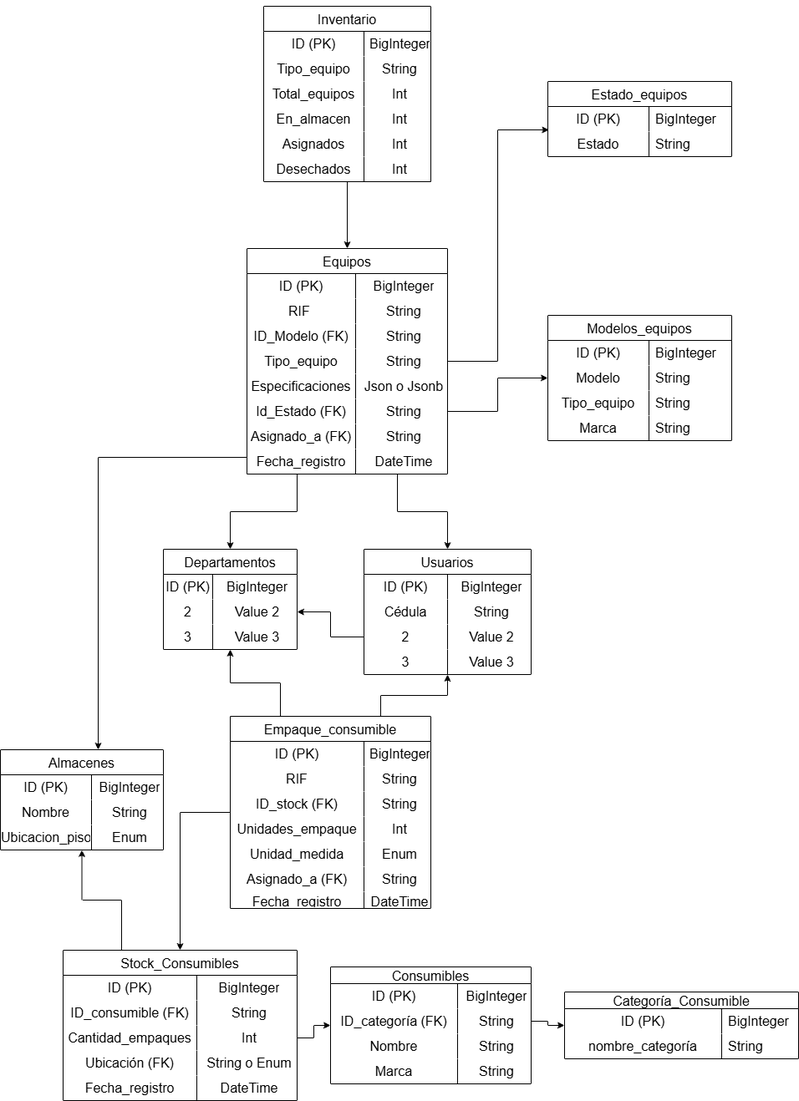
Earlier version of the draw.io export Archivos de txt/Diagrama de Sistema4.png (Yorch-glitch/Mis-cosas). Source tidied: cells renumbered, new cells last; positions are measured from the earlier drawing's top-left corner, leaving out a move shared by most shapes.
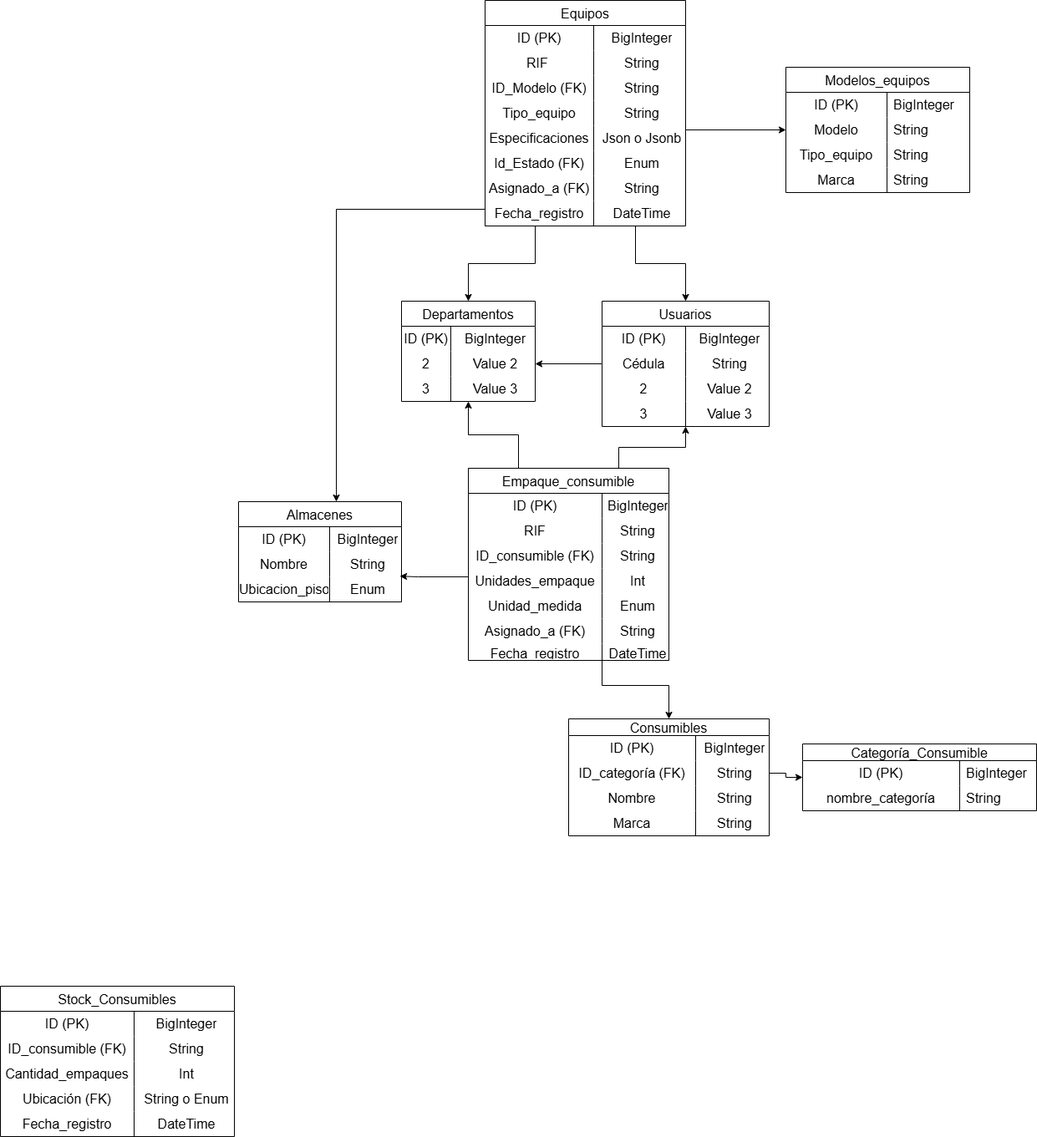
The same file after the commit.

The edit, as a diff of the source:
```diff
@@ -41,72 +41,6 @@
     <mxCell id="14" value="Value 3" style="shape=partialRectangle;html=1;whiteSpace=wrap;fillColor=none;top=0;left=0;bottom=0;right=0;align=center;spacingLeft=6;overflow=hidden;strokeColor=inherit;fontSize=16;" parent="12" vertex="1">
       <mxGeometry x="100" width="100" height="30" as="geometry" />
     </mxCell>
-    <mxCell id="15" style="edgeStyle=orthogonalEdgeStyle;rounded=0;jettySize=auto;html=1;exitX=0.5;exitY=0;exitDx=0;exitDy=0;entryX=0.5;entryY=0;entryDx=0;entryDy=0;" parent="1" edge="1" source="16" target="37">
-      <mxGeometry relative="1" as="geometry">
-        <Array as="points">
-          <mxPoint x="569" y="30" />
-          <mxPoint x="569" y="210" />
-          <mxPoint x="469" y="210" />
-        </Array>
-      </mxGeometry>
-    </mxCell>
-    <mxCell id="16" value="Inventario" style="shape=table;startSize=30;rowLines=0;fontStyle=0;strokeColor=default;fontSize=16;" parent="1" vertex="1">
-      <mxGeometry x="369" width="200" height="210" as="geometry" />
-    </mxCell>
-    <mxCell id="17" style="shape=tableRow;horizontal=0;startSize=0;swimlaneHead=0;swimlaneBody=0;top=0;left=0;bottom=0;right=0;fillColor=none;strokeColor=inherit;fontSize=16;" parent="16" vertex="1">
-      <mxGeometry y="30" width="200" height="30" as="geometry" />
-    </mxCell>
-    <mxCell id="18" value="ID (PK)" style="shape=partialRectangle;html=1;whiteSpace=wrap;fillColor=none;top=0;left=0;bottom=0;right=0;overflow=hidden;strokeColor=inherit;fontSize=16;" parent="17" vertex="1">
-      <mxGeometry width="120" height="30" as="geometry" />
-    </mxCell>
-    <mxCell id="19" value="BigInteger" style="shape=partialRectangle;html=1;whiteSpace=wrap;fillColor=none;top=0;left=0;bottom=0;right=0;align=center;spacingLeft=6;overflow=hidden;strokeColor=inherit;fontSize=16;" parent="17" vertex="1">
-      <mxGeometry x="120" width="80" height="30" as="geometry" />
-    </mxCell>
-    <mxCell id="20" style="shape=tableRow;horizontal=0;startSize=0;swimlaneHead=0;swimlaneBody=0;top=0;left=0;bottom=0;right=0;fillColor=none;strokeColor=inherit;fontSize=16;" parent="16" vertex="1">
-      <mxGeometry y="60" width="200" height="30" as="geometry" />
-    </mxCell>
-    <mxCell id="21" value="Tipo_equipo" style="shape=partialRectangle;html=1;whiteSpace=wrap;fillColor=none;top=0;left=0;bottom=0;right=0;overflow=hidden;strokeColor=inherit;fontSize=16;" parent="20" vertex="1">
-      <mxGeometry width="120" height="30" as="geometry" />
-    </mxCell>
-    <mxCell id="22" value="String" style="shape=partialRectangle;html=1;whiteSpace=wrap;fillColor=none;top=0;left=0;bottom=0;right=0;align=center;spacingLeft=6;overflow=hidden;strokeColor=inherit;fontSize=16;" parent="20" vertex="1">
-      <mxGeometry x="120" width="80" height="30" as="geometry" />
-    </mxCell>
-    <mxCell id="23" style="shape=tableRow;horizontal=0;startSize=0;swimlaneHead=0;swimlaneBody=0;top=0;left=0;bottom=0;right=0;fillColor=none;strokeColor=inherit;fontSize=16;" parent="16" vertex="1">
-      <mxGeometry y="90" width="200" height="30" as="geometry" />
-    </mxCell>
-    <mxCell id="24" value="Total_equipos" style="shape=partialRectangle;html=1;whiteSpace=wrap;fillColor=none;top=0;left=0;bottom=0;right=0;overflow=hidden;strokeColor=inherit;fontSize=16;" parent="23" vertex="1">
-      <mxGeometry width="120" height="30" as="geometry" />
-    </mxCell>
-    <mxCell id="25" value="Int" style="shape=partialRectangle;html=1;whiteSpace=wrap;fillColor=none;top=0;left=0;bottom=0;right=0;align=center;spacingLeft=6;overflow=hidden;strokeColor=inherit;fontSize=16;" parent="23" vertex="1">
-      <mxGeometry x="120" width="80" height="30" as="geometry" />
-    </mxCell>
-    <mxCell id="26" style="shape=tableRow;horizontal=0;startSize=0;swimlaneHead=0;swimlaneBody=0;top=0;left=0;bottom=0;right=0;fillColor=none;strokeColor=inherit;fontSize=16;" parent="16" vertex="1">
-      <mxGeometry y="120" width="200" height="30" as="geometry" />
-    </mxCell>
-    <mxCell id="27" value="En_almacen" style="shape=partialRectangle;html=1;whiteSpace=wrap;fillColor=none;top=0;left=0;bottom=0;right=0;overflow=hidden;strokeColor=inherit;fontSize=16;" parent="26" vertex="1">
-      <mxGeometry width="120" height="30" as="geometry" />
-    </mxCell>
-    <mxCell id="28" value="Int" style="shape=partialRectangle;html=1;whiteSpace=wrap;fillColor=none;top=0;left=0;bottom=0;right=0;align=center;spacingLeft=6;overflow=hidden;strokeColor=inherit;fontSize=16;" parent="26" vertex="1">
-      <mxGeometry x="120" width="80" height="30" as="geometry" />
-    </mxCell>
-    <mxCell id="29" style="shape=tableRow;horizontal=0;startSize=0;swimlaneHead=0;swimlaneBody=0;top=0;left=0;bottom=0;right=0;fillColor=none;strokeColor=inherit;fontSize=16;" parent="16" vertex="1">
-      <mxGeometry y="150" width="200" height="30" as="geometry" />
-    </mxCell>
-    <mxCell id="30" value="Asignados" style="shape=partialRectangle;html=1;whiteSpace=wrap;fillColor=none;top=0;left=0;bottom=0;right=0;overflow=hidden;strokeColor=inherit;fontSize=16;" parent="29" vertex="1">
-      <mxGeometry width="120" height="30" as="geometry" />
-    </mxCell>
-    <mxCell id="31" value="Int" style="shape=partialRectangle;html=1;whiteSpace=wrap;fillColor=none;top=0;left=0;bottom=0;right=0;align=center;spacingLeft=6;overflow=hidden;strokeColor=inherit;fontSize=16;" parent="29" vertex="1">
-      <mxGeometry x="120" width="80" height="30" as="geometry" />
-    </mxCell>
-    <mxCell id="32" style="shape=tableRow;horizontal=0;startSize=0;swimlaneHead=0;swimlaneBody=0;top=0;left=0;bottom=0;right=0;fillColor=none;strokeColor=inherit;fontSize=16;" parent="16" vertex="1">
-      <mxGeometry y="180" width="200" height="30" as="geometry" />
-    </mxCell>
-    <mxCell id="33" value="Desechados" style="shape=partialRectangle;html=1;whiteSpace=wrap;fillColor=none;top=0;left=0;bottom=0;right=0;overflow=hidden;strokeColor=inherit;fontSize=16;" parent="32" vertex="1">
-      <mxGeometry width="120" height="30" as="geometry" />
-    </mxCell>
-    <mxCell id="34" value="Int" style="shape=partialRectangle;html=1;whiteSpace=wrap;fillColor=none;top=0;left=0;bottom=0;right=0;align=center;spacingLeft=6;overflow=hidden;strokeColor=inherit;fontSize=16;" parent="32" vertex="1">
-      <mxGeometry x="120" width="80" height="30" as="geometry" />
-    </mxCell>
     <mxCell id="35" style="edgeStyle=orthogonalEdgeStyle;rounded=0;jettySize=auto;html=1;exitX=0.25;exitY=1;exitDx=0;exitDy=0;entryX=0.5;entryY=0;entryDx=0;entryDy=0;" parent="1" edge="1" source="37" target="75">
       <mxGeometry relative="1" as="geometry" />
     </mxCell>
@@ -167,7 +101,7 @@
     <mxCell id="54" value="Id_Estado (FK)" style="shape=partialRectangle;html=1;whiteSpace=wrap;fillColor=none;top=0;left=0;bottom=0;right=0;overflow=hidden;strokeColor=inherit;fontSize=16;" parent="53" vertex="1">
       <mxGeometry width="130" height="30" as="geometry" />
     </mxCell>
-    <mxCell id="55" value="String" style="shape=partialRectangle;html=1;whiteSpace=wrap;fillColor=none;top=0;left=0;bottom=0;right=0;align=center;spacingLeft=6;overflow=hidden;strokeColor=inherit;fontSize=16;" parent="53" vertex="1">
+    <mxCell id="55" value="Enum" style="shape=partialRectangle;html=1;whiteSpace=wrap;fillColor=none;top=0;left=0;bottom=0;right=0;align=center;spacingLeft=6;overflow=hidden;strokeColor=inherit;fontSize=16;" parent="53" vertex="1">
       <mxGeometry x="130" width="110" height="30" as="geometry" />
     </mxCell>
     <mxCell id="56" style="shape=tableRow;horizontal=0;startSize=0;swimlaneHead=0;swimlaneBody=0;top=0;left=0;bottom=0;right=0;fillColor=none;strokeColor=inherit;fontSize=16;" parent="37" vertex="1">
@@ -257,11 +191,8 @@
     <mxCell id="84" value="Value 3" style="shape=partialRectangle;html=1;whiteSpace=wrap;fillColor=none;top=0;left=0;bottom=0;right=0;align=center;spacingLeft=6;overflow=hidden;strokeColor=inherit;fontSize=16;" parent="82" vertex="1">
       <mxGeometry x="59" width="101" height="30" as="geometry" />
     </mxCell>
-    <mxCell id="85" style="edgeStyle=orthogonalEdgeStyle;rounded=0;jettySize=auto;html=1;exitX=0.25;exitY=0;exitDx=0;exitDy=0;" parent="1" edge="1" source="86" target="147">
-      <mxGeometry relative="1" as="geometry" />
-    </mxCell>
     <mxCell id="86" value="Stock_Consumibles" style="shape=table;startSize=30;rowLines=0;fontStyle=0;strokeColor=default;fontSize=16;" parent="1" vertex="1">
-      <mxGeometry x="129" y="1130" width="280" height="180" as="geometry" />
+      <mxGeometry x="-231" y="1470" width="280" height="180" as="geometry" />
     </mxCell>
     <mxCell id="87" style="shape=tableRow;horizontal=0;startSize=0;swimlaneHead=0;swimlaneBody=0;top=0;left=0;bottom=0;right=0;fillColor=none;strokeColor=inherit;fontSize=16;" parent="86" vertex="1">
       <mxGeometry y="30" width="280" height="30" as="geometry" />
@@ -374,15 +305,28 @@
     <mxCell id="123" style="edgeStyle=orthogonalEdgeStyle;rounded=0;jettySize=auto;html=1;exitX=0.75;exitY=0;exitDx=0;exitDy=0;" parent="1" edge="1" source="125" target="2">
       <mxGeometry relative="1" as="geometry" />
     </mxCell>
-    <mxCell id="124" style="edgeStyle=orthogonalEdgeStyle;rounded=0;jettySize=auto;html=1;exitX=0.5;exitY=0;exitDx=0;exitDy=0;entryX=0.5;entryY=0;entryDx=0;entryDy=0;" parent="1" edge="1" source="125" target="86">
+    <mxCell id="124" style="edgeStyle=orthogonalEdgeStyle;rounded=0;jettySize=auto;html=1;exitX=0.5;exitY=0;exitDx=0;exitDy=0;entryX=0.99;entryY=-0.026;entryDx=0;entryDy=0;entryPerimeter=0;" parent="1" edge="1" source="125" target="154">
       <mxGeometry relative="1" as="geometry">
         <Array as="points">
           <mxPoint x="329" y="850" />
-          <mxPoint x="329" y="965" />
-          <mxPoint x="269" y="965" />
+          <mxPoint x="329" y="980" />
+          <mxPoint x="269" y="980" />
         </Array>
       </mxGeometry>
     </mxCell>
+    <mxCell id="174" style="edgeStyle=orthogonalEdgeStyle;rounded=0;orthogonalLoop=1;jettySize=auto;html=1;exitX=0.5;exitY=0;exitDx=0;exitDy=0;" parent="1" edge="1">
+      <mxGeometry relative="1" as="geometry">
+        <mxPoint x="449" y="850" as="sourcePoint" />
+        <mxPoint x="569" y="1150" as="targetPoint" />
+        <Array as="points">
+          <mxPoint x="569" y="850" />
+          <mxPoint x="569" y="1080" />
+          <mxPoint x="489" y="1080" />
+          <mxPoint x="489" y="1110" />
+          <mxPoint x="569" y="1110" />
+        </Array>
+      </mxGeometry>
+    </mxCell>
     <mxCell id="125" value="Empaque_consumible" style="shape=table;startSize=30;rowLines=0;fontStyle=0;strokeColor=default;fontSize=16;" parent="1" vertex="1">
       <mxGeometry x="329" y="850" width="240" height="230" as="geometry" />
     </mxCell>
@@ -407,7 +351,7 @@
     <mxCell id="132" style="shape=tableRow;horizontal=0;startSize=0;swimlaneHead=0;swimlaneBody=0;top=0;left=0;bottom=0;right=0;fillColor=none;strokeColor=inherit;fontSize=16;" parent="125" vertex="1">
       <mxGeometry y="90" width="240" height="30" as="geometry" />
     </mxCell>
-    <mxCell id="133" value="ID_stock (FK)" style="shape=partialRectangle;html=1;whiteSpace=wrap;fillColor=none;top=0;left=0;bottom=0;right=0;overflow=hidden;strokeColor=inherit;fontSize=16;" parent="132" vertex="1">
+    <mxCell id="133" value="ID_consumible (FK)" style="shape=partialRectangle;html=1;whiteSpace=wrap;fillColor=none;top=0;left=0;bottom=0;right=0;overflow=hidden;strokeColor=inherit;fontSize=16;" parent="132" vertex="1">
       <mxGeometry width="160" height="30" as="geometry" />
     </mxCell>
     <mxCell id="134" value="String" style="shape=partialRectangle;html=1;whiteSpace=wrap;fillColor=none;top=0;left=0;bottom=0;right=0;align=center;spacingLeft=6;overflow=hidden;strokeColor=inherit;fontSize=16;" parent="132" vertex="1">
@@ -486,30 +430,6 @@
         </Array>
       </mxGeometry>
     </mxCell>
-    <mxCell id="158" value="Estado_equipos" style="shape=table;startSize=30;rowLines=0;fontStyle=0;strokeColor=default;fontSize=16;" parent="1" vertex="1">
-      <mxGeometry x="709" y="90" width="220" height="90" as="geometry" />
-    </mxCell>
-    <mxCell id="159" style="shape=tableRow;horizontal=0;startSize=0;swimlaneHead=0;swimlaneBody=0;top=0;left=0;bottom=0;right=0;fillColor=none;points=[[0,0.5],[1,0.5]];portConstraint=eastwest;strokeColor=inherit;fontSize=16;" parent="158" vertex="1">
-      <mxGeometry y="30" width="220" height="30" as="geometry" />
-    </mxCell>
-    <mxCell id="160" value="ID (PK)" style="shape=partialRectangle;html=1;whiteSpace=wrap;fillColor=none;top=0;left=0;bottom=0;right=0;overflow=hidden;strokeColor=inherit;fontSize=16;" parent="159" vertex="1">
-      <mxGeometry width="121" height="30" as="geometry" />
-    </mxCell>
-    <mxCell id="161" value="BigInteger" style="shape=partialRectangle;html=1;whiteSpace=wrap;fillColor=none;top=0;left=0;bottom=0;right=0;align=left;spacingLeft=6;overflow=hidden;strokeColor=inherit;fontSize=16;" parent="159" vertex="1">
-      <mxGeometry x="121" width="99" height="30" as="geometry" />
-    </mxCell>
-    <mxCell id="162" style="shape=tableRow;horizontal=0;startSize=0;swimlaneHead=0;swimlaneBody=0;top=0;left=0;bottom=0;right=0;fillColor=none;strokeColor=inherit;fontSize=16;" parent="158" vertex="1">
-      <mxGeometry y="60" width="220" height="30" as="geometry" />
-    </mxCell>
-    <mxCell id="163" value="Estado" style="shape=partialRectangle;html=1;whiteSpace=wrap;fillColor=none;top=0;left=0;bottom=0;right=0;overflow=hidden;strokeColor=inherit;fontSize=16;" parent="162" vertex="1">
-      <mxGeometry width="121" height="30" as="geometry" />
-    </mxCell>
-    <mxCell id="164" value="String" style="shape=partialRectangle;html=1;whiteSpace=wrap;fillColor=none;top=0;left=0;bottom=0;right=0;align=left;spacingLeft=6;overflow=hidden;strokeColor=inherit;fontSize=16;" parent="162" vertex="1">
-      <mxGeometry x="121" width="99" height="30" as="geometry" />
-    </mxCell>
-    <mxCell id="165" style="edgeStyle=orthogonalEdgeStyle;rounded=0;jettySize=auto;html=1;exitX=1;exitY=0.5;exitDx=0;exitDy=0;entryX=0.006;entryY=0.933;entryDx=0;entryDy=0;entryPerimeter=0;" parent="1" edge="1" source="47" target="159">
-      <mxGeometry relative="1" as="geometry" />
-    </mxCell>
     <mxCell id="166" style="edgeStyle=orthogonalEdgeStyle;rounded=0;jettySize=auto;html=1;exitX=0;exitY=1;exitDx=0;exitDy=0;" parent="1" edge="1" source="37" target="147">
       <mxGeometry relative="1" as="geometry">
         <Array as="points">
@@ -519,41 +439,24 @@
       </mxGeometry>
     </mxCell>
     <mxCell id="167" style="edgeStyle=orthogonalEdgeStyle;rounded=0;jettySize=auto;html=1;exitX=0;exitY=0.5;exitDx=0;exitDy=0;entryX=1;entryY=0.5;entryDx=0;entryDy=0;" parent="1" edge="1" source="9" target="79">
-      <mxGeometry relative="1" as="geometry" />
+      <mxGeometry relative="1" as="geometry">
+        <Array as="points">
+          <mxPoint x="489" y="725" />
+        </Array>
+      </mxGeometry>
     </mxCell>
-    <mxCell id="168" style="edgeStyle=orthogonalEdgeStyle;rounded=0;jettySize=auto;html=1;exitX=1;exitY=0.5;exitDx=0;exitDy=0;" parent="1" edge="1" source="93" target="109">
-      <mxGeometry relative="1" as="geometry" />
-    </mxCell>
     <mxCell id="169" style="edgeStyle=orthogonalEdgeStyle;rounded=0;jettySize=auto;html=1;exitX=1;exitY=0.5;exitDx=0;exitDy=0;" parent="1" edge="1" source="113" target="102">
       <mxGeometry relative="1" as="geometry" />
     </mxCell>
-    <mxCell id="170" style="edgeStyle=orthogonalEdgeStyle;rounded=0;jettySize=auto;html=1;exitX=1;exitY=0.5;exitDx=0;exitDy=0;" parent="1" edge="1" source="x" target="62">
+    <mxCell id="170" style="edgeStyle=orthogonalEdgeStyle;rounded=0;jettySize=auto;html=1;exitX=1;exitY=0.5;exitDx=0;exitDy=0;" parent="1" edge="1" target="62">
       <mxGeometry relative="1" as="geometry" />
     </mxCell>
-    <mxCell id="171" style="edgeStyle=orthogonalEdgeStyle;rounded=0;jettySize=auto;html=1;exitX=1;exitY=0.5;exitDx=0;exitDy=0;entryX=-0.002;entryY=-0.007;entryDx=0;entryDy=0;entryPerimeter=0;" parent="1" edge="1" target="x">
-      <mxGeometry relative="1" as="geometry">
-        <mxPoint x="0.3" y="130" as="sourcePoint" />
-        <Array as="points">
-          <mxPoint x="9" y="130" />
-          <mxPoint x="9" y="170" />
-          <mxPoint x="109" y="170" />
-          <mxPoint x="109" y="410" />
-        </Array>
-      </mxGeometry>
-    </mxCell>
-    <mxCell id="172" style="edgeStyle=orthogonalEdgeStyle;rounded=0;jettySize=auto;html=1;exitX=1;exitY=0.5;exitDx=0;exitDy=0;entryX=0.002;entryY=0.654;entryDx=0;entryDy=0;entryPerimeter=0;" parent="1" edge="1" target="x">
-      <mxGeometry relative="1" as="geometry">
-        <mxPoint x="1.1" y="270" as="sourcePoint" />
-        <Array as="points">
-          <mxPoint x="1" y="275" />
-          <mxPoint x="89" y="275" />
-          <mxPoint x="89" y="430" />
-          <mxPoint x="331" y="430" />
-        </Array>
-      </mxGeometry>
-    </mxCell>
     <mxCell id="173" style="edgeStyle=orthogonalEdgeStyle;rounded=0;jettySize=auto;html=1;exitX=1;exitY=0.5;exitDx=0;exitDy=0;" parent="1" edge="1" source="53" target="62">
-      <mxGeometry relative="1" as="geometry" />
+      <mxGeometry relative="1" as="geometry">
+        <Array as="points">
+          <mxPoint x="589" y="445" />
+        </Array>
+      </mxGeometry>
     </mxCell>
   </root>
 </mxGraphModel>
```
